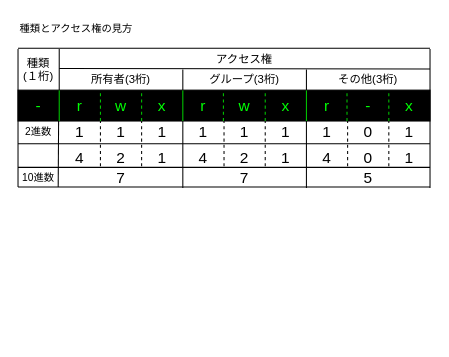
Earlier version of the draw.io diagram page "chmodとアクセス権" (9 of 10) of AWS研修_WEBアプリ_挿絵.drawio (reizo0901/Doc). Source tidied: cells renumbered, new cells numbered last; positions are measured from the earlier drawing's top-left corner, leaving out a move shared by most shapes. Both pictures are drawn from the tidied source at 103%, with x=0, y=0 at pixel (18, 18).
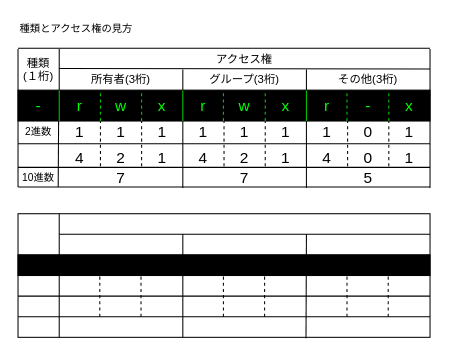
Above is the later version.

Commit message (it also covers changes not shown here):
AWS研修_WEBアプリ_挿絵.drawio を更新します

Change to the diagram source:
```diff
@@
+    <mxCell id="72" style="rounded=0;whiteSpace=wrap;html=1;" parent="1" vertex="1">
+      <mxGeometry y="190" width="400" height="120" as="geometry" />
+    </mxCell>
+    <mxCell id="73" style="endArrow=none;html=1;rounded=0;" parent="1" edge="1">
+      <mxGeometry relative="1" as="geometry">
+        <mxPoint x="40" y="310" as="sourcePoint" />
+        <mxPoint x="40" y="190" as="targetPoint" />
+      </mxGeometry>
+    </mxCell>
+    <mxCell id="74" style="endArrow=none;html=1;rounded=0;" parent="1" edge="1">
+      <mxGeometry relative="1" as="geometry">
+        <mxPoint y="270" as="sourcePoint" />
+        <mxPoint x="400" y="270" as="targetPoint" />
+      </mxGeometry>
+    </mxCell>
+    <mxCell id="75" style="endArrow=none;html=1;rounded=0;" parent="1" edge="1">
+      <mxGeometry relative="1" as="geometry">
+        <mxPoint y="250" as="sourcePoint" />
+        <mxPoint x="400" y="250" as="targetPoint" />
+      </mxGeometry>
+    </mxCell>
+    <mxCell id="76" style="endArrow=none;html=1;rounded=0;" parent="1" edge="1">
+      <mxGeometry relative="1" as="geometry">
+        <mxPoint y="230" as="sourcePoint" />
+        <mxPoint x="400" y="230" as="targetPoint" />
+      </mxGeometry>
+    </mxCell>
+    <mxCell id="77" style="endArrow=none;html=1;rounded=0;" parent="1" edge="1">
+      <mxGeometry relative="1" as="geometry">
+        <mxPoint x="40" y="210" as="sourcePoint" />
+        <mxPoint x="400" y="210" as="targetPoint" />
+      </mxGeometry>
+    </mxCell>
+    <mxCell id="78" style="endArrow=none;html=1;rounded=0;" parent="1" edge="1">
+      <mxGeometry relative="1" as="geometry">
+        <mxPoint x="160" y="310" as="sourcePoint" />
+        <mxPoint x="160" y="210" as="targetPoint" />
+      </mxGeometry>
+    </mxCell>
+    <mxCell id="79" style="endArrow=none;html=1;rounded=0;exitX=0.699;exitY=1.008;exitDx=0;exitDy=0;exitPerimeter=0;" parent="1" edge="1" source="72">
+      <mxGeometry relative="1" as="geometry">
+        <mxPoint x="280" y="210" as="targetPoint" />
+      </mxGeometry>
+    </mxCell>
+    <mxCell id="80" style="endArrow=none;html=1;rounded=0;dashed=1;" parent="1" edge="1">
+      <mxGeometry relative="1" as="geometry">
+        <mxPoint x="79.4" y="290" as="sourcePoint" />
+        <mxPoint x="79.4" y="250" as="targetPoint" />
+      </mxGeometry>
+    </mxCell>
+    <mxCell id="81" style="endArrow=none;html=1;rounded=0;dashed=1;" parent="1" edge="1">
+      <mxGeometry relative="1" as="geometry">
+        <mxPoint x="119.4" y="290" as="sourcePoint" />
+        <mxPoint x="119.4" y="250" as="targetPoint" />
+      </mxGeometry>
+    </mxCell>
+    <mxCell id="82" style="endArrow=none;html=1;rounded=0;dashed=1;" parent="1" edge="1">
+      <mxGeometry relative="1" as="geometry">
+        <mxPoint x="199.4" y="290" as="sourcePoint" />
+        <mxPoint x="199.4" y="250" as="targetPoint" />
+      </mxGeometry>
+    </mxCell>
+    <mxCell id="83" style="endArrow=none;html=1;rounded=0;dashed=1;" parent="1" edge="1">
+      <mxGeometry relative="1" as="geometry">
+        <mxPoint x="239.4" y="290" as="sourcePoint" />
+        <mxPoint x="239.4" y="250" as="targetPoint" />
+      </mxGeometry>
+    </mxCell>
+    <mxCell id="84" style="endArrow=none;html=1;rounded=0;dashed=1;" parent="1" edge="1">
+      <mxGeometry relative="1" as="geometry">
+        <mxPoint x="319.4" y="290" as="sourcePoint" />
+        <mxPoint x="319.4" y="250" as="targetPoint" />
+      </mxGeometry>
+    </mxCell>
+    <mxCell id="85" style="endArrow=none;html=1;rounded=0;dashed=1;" parent="1" edge="1">
+      <mxGeometry relative="1" as="geometry">
+        <mxPoint x="359.4" y="290" as="sourcePoint" />
+        <mxPoint x="359.4" y="250" as="targetPoint" />
+      </mxGeometry>
+    </mxCell>
+    <mxCell id="86" style="endArrow=none;html=1;rounded=0;" parent="1" edge="1">
+      <mxGeometry relative="1" as="geometry">
+        <mxPoint y="290" as="sourcePoint" />
+        <mxPoint x="400" y="290" as="targetPoint" />
+      </mxGeometry>
+    </mxCell>
+    <mxCell id="87" style="rounded=0;whiteSpace=wrap;html=1;fillColor=#000000;" parent="1" vertex="1">
+      <mxGeometry y="230" width="400" height="20" as="geometry" />
+    </mxCell>
```
